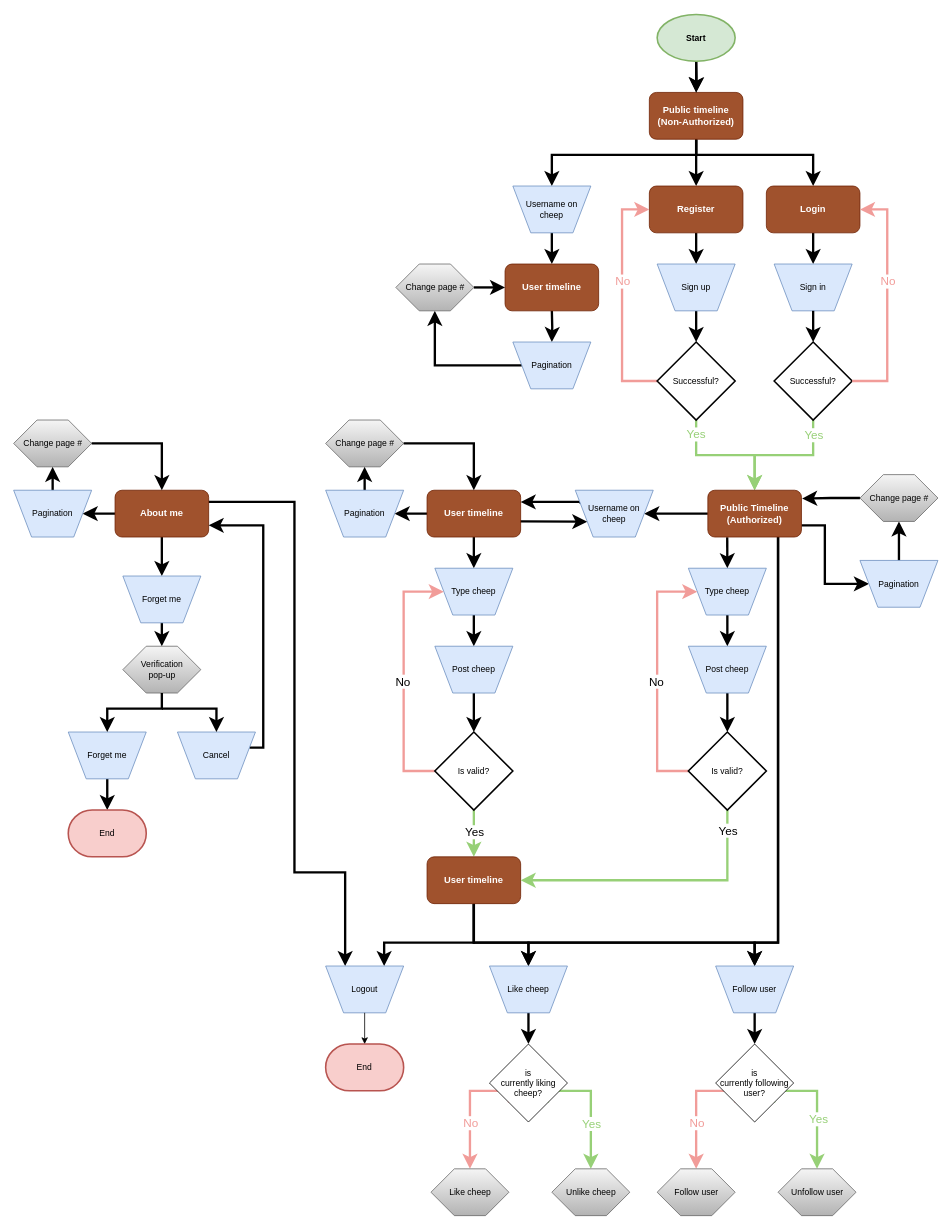
Above: docs/diagrams/Full User Journey.drawio in ITU-BDSA-GROUP-20/Chirp (draw.io), before the change. Source tidied: cells renumbered, new cells numbered last; positions are measured from the earlier drawing's top-left corner, leaving out a move shared by most shapes. Both pictures are drawn from the tidied source at 78%, with x=0, y=0 at pixel (13, 14).
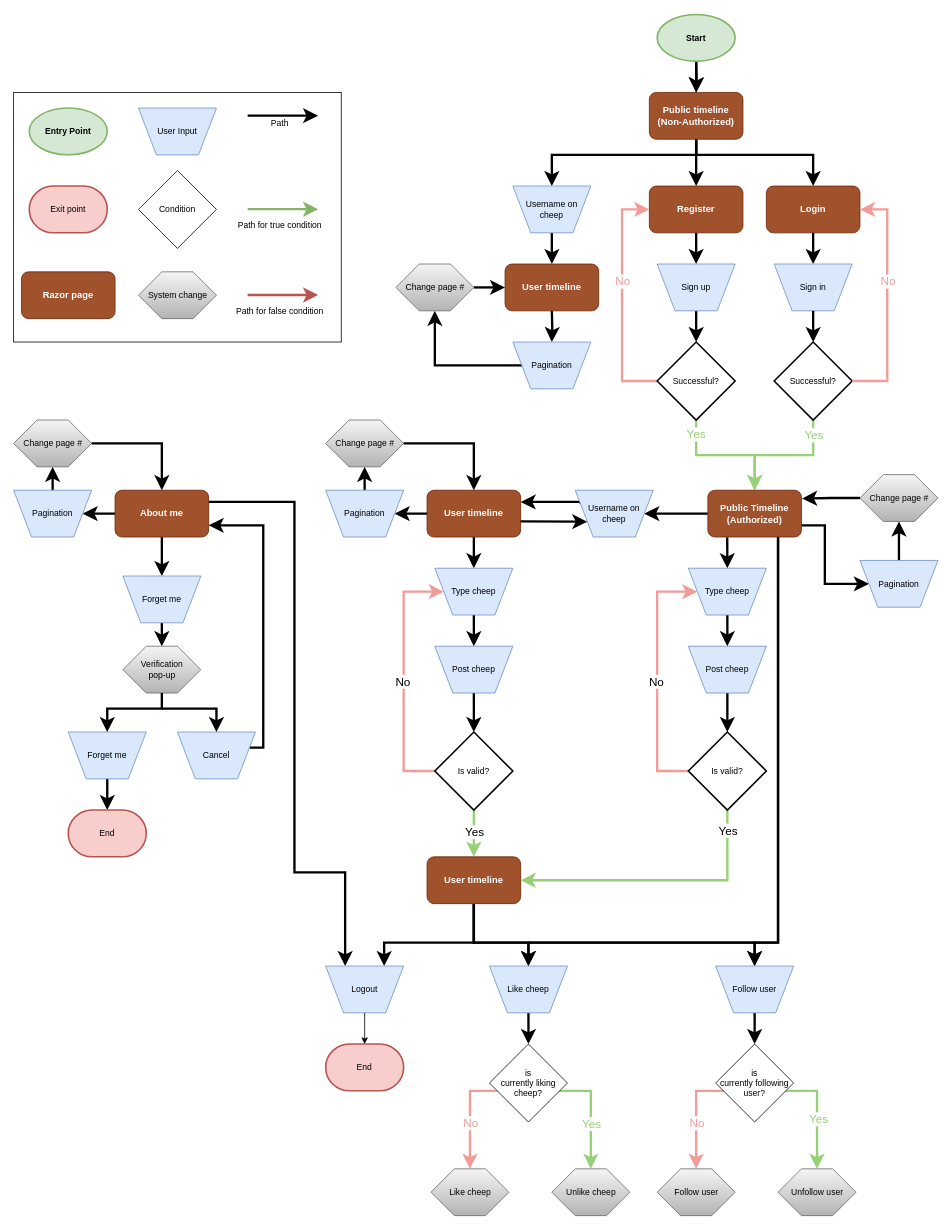
The same page after the edit.

Commit message:
Update Full User Journey.drawio (Still needs to consider navbar handling)

Change to the diagram source:
```diff
@@
+    <mxCell id="134" style="rounded=0;whiteSpace=wrap;html=1;" parent="1" vertex="1">
+      <mxGeometry y="100" width="420" height="320" as="geometry" />
+    </mxCell>
+    <mxCell id="135" value="&lt;b&gt;Entry Point&lt;/b&gt;" style="strokeWidth=2;html=1;shape=mxgraph.flowchart.start_1;whiteSpace=wrap;fontFamily=Helvetica;fontSize=11;fillColor=#d5e8d4;strokeColor=#82b366;" parent="1" vertex="1">
+      <mxGeometry x="20" y="120" width="100" height="60" as="geometry" />
+    </mxCell>
+    <mxCell id="136" value="Exit point" style="strokeWidth=2;html=1;shape=mxgraph.flowchart.terminator;whiteSpace=wrap;fontFamily=Helvetica;fontSize=11;fillColor=#f8cecc;strokeColor=#b85450;" parent="1" vertex="1">
+      <mxGeometry x="20" y="220" width="100" height="60" as="geometry" />
+    </mxCell>
+    <mxCell id="137" value="User Input" style="verticalLabelPosition=middle;verticalAlign=middle;html=1;shape=trapezoid;perimeter=trapezoidPerimeter;whiteSpace=wrap;size=0.23;arcSize=10;flipV=1;labelPosition=center;align=center;fontFamily=Helvetica;fontSize=11;fillColor=#dae8fc;strokeColor=#6c8ebf;" parent="1" vertex="1">
+      <mxGeometry x="160" y="120" width="100" height="60" as="geometry" />
+    </mxCell>
+    <mxCell id="138" value="&lt;b&gt;&lt;font style=&quot;font-size: 12px;&quot;&gt;Razor page&lt;/font&gt;&lt;/b&gt;" style="rounded=1;whiteSpace=wrap;html=1;fontFamily=Helvetica;fontSize=11;fontColor=#ffffff;fillColor=#a0522d;strokeColor=#6D1F00;" parent="1" vertex="1">
+      <mxGeometry x="10" y="330" width="120" height="60" as="geometry" />
+    </mxCell>
+    <mxCell id="139" value="Condition" style="rhombus;whiteSpace=wrap;html=1;fontFamily=Helvetica;fontSize=11;fontColor=default;" parent="1" vertex="1">
+      <mxGeometry x="160" y="200" width="100" height="100" as="geometry" />
+    </mxCell>
+    <mxCell id="140" style="group;" parent="1" vertex="1">
+      <mxGeometry x="160" y="330" width="100" height="60" as="geometry" />
+    </mxCell>
+    <mxCell id="141" style="verticalLabelPosition=bottom;verticalAlign=top;html=1;shape=hexagon;perimeter=hexagonPerimeter2;arcSize=6;size=0.3;fontFamily=Helvetica;fontSize=11;fillColor=#f5f5f5;gradientColor=#b3b3b3;strokeColor=#666666;" parent="140" vertex="1">
+      <mxGeometry width="100" height="60" as="geometry" />
+    </mxCell>
+    <mxCell id="142" value="System change" style="text;html=1;align=center;verticalAlign=middle;strokeColor=none;fillColor=none;fontSize=11;fontFamily=Helvetica;fontColor=default;" parent="140" vertex="1">
+      <mxGeometry y="15" width="100" height="30" as="geometry" />
+    </mxCell>
+    <mxCell id="143" style="edgeStyle=orthogonalEdgeStyle;shape=connector;rounded=0;orthogonalLoop=1;jettySize=auto;html=1;labelBackgroundColor=default;strokeColor=default;strokeWidth=3;align=center;verticalAlign=middle;fontFamily=Helvetica;fontSize=11;fontColor=default;endArrow=classic;endSize=10;" parent="1" edge="1">
+      <mxGeometry relative="1" as="geometry">
+        <mxPoint x="300" y="129.8" as="sourcePoint" />
+        <mxPoint x="390.4" y="129.8" as="targetPoint" />
+      </mxGeometry>
+    </mxCell>
+    <mxCell id="144" value="Path" style="edgeLabel;html=1;align=center;verticalAlign=middle;" parent="143" vertex="1">
+      <mxGeometry x="0.72" y="-2" relative="1" as="geometry">
+        <mxPoint x="-38" y="8" as="offset" />
+      </mxGeometry>
+    </mxCell>
+    <mxCell id="145" style="edgeStyle=orthogonalEdgeStyle;shape=connector;rounded=0;orthogonalLoop=1;jettySize=auto;html=1;labelBackgroundColor=default;strokeColor=#b85450;strokeWidth=3;align=center;verticalAlign=middle;fontFamily=Helvetica;fontSize=11;fontColor=default;endArrow=classic;endSize=10;fillColor=#f8cecc;" parent="1" edge="1">
+      <mxGeometry relative="1" as="geometry">
+        <mxPoint x="300" y="359.7" as="sourcePoint" />
+        <mxPoint x="390.4" y="359.7" as="targetPoint" />
+      </mxGeometry>
+    </mxCell>
+    <mxCell id="146" value="Path for false condition" style="edgeLabel;html=1;align=center;verticalAlign=middle;" parent="145" vertex="1">
+      <mxGeometry x="0.72" y="-2" relative="1" as="geometry">
+        <mxPoint x="-38" y="18" as="offset" />
+      </mxGeometry>
+    </mxCell>
+    <mxCell id="147" style="edgeStyle=orthogonalEdgeStyle;shape=connector;rounded=0;orthogonalLoop=1;jettySize=auto;html=1;labelBackgroundColor=default;strokeColor=#82b366;strokeWidth=3;align=center;verticalAlign=middle;fontFamily=Helvetica;fontSize=11;fontColor=default;endArrow=classic;endSize=10;fillColor=#d5e8d4;" parent="1" edge="1">
+      <mxGeometry relative="1" as="geometry">
+        <mxPoint x="300" y="249.7" as="sourcePoint" />
+        <mxPoint x="390.4" y="249.7" as="targetPoint" />
+      </mxGeometry>
+    </mxCell>
+    <mxCell id="148" value="Path for true condition" style="edgeLabel;html=1;align=center;verticalAlign=middle;" parent="147" vertex="1">
+      <mxGeometry x="0.72" y="-2" relative="1" as="geometry">
+        <mxPoint x="-38" y="18" as="offset" />
+      </mxGeometry>
+    </mxCell>
```
